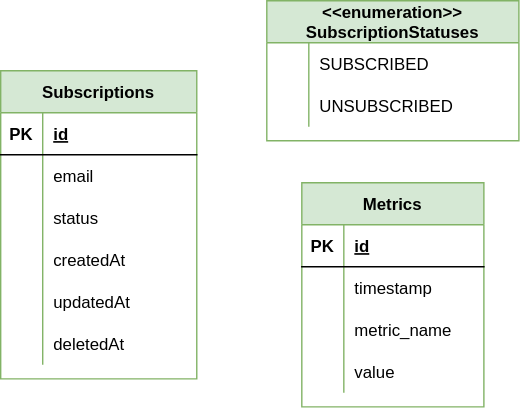
The draw.io diagram images/erd.svg in vladdoroniuk/email-notification-system, before a commit. Source tidied: cells renumbered, new cells last; positions are measured from the earlier drawing's top-left corner, leaving out a move shared by most shapes.
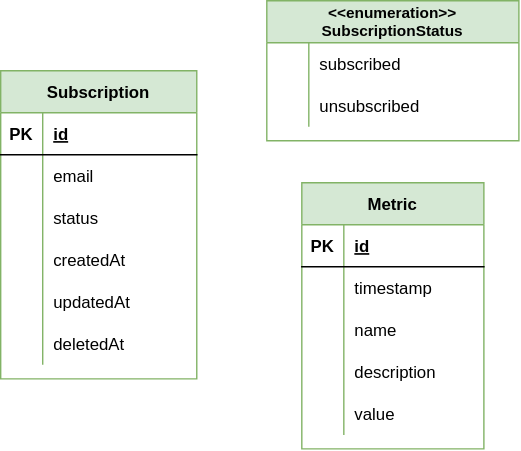
After the change.

What changed in the source:
```diff
@@ -2,7 +2,7 @@
   <root>
     <mxCell id="0" />
     <mxCell id="1" parent="0" />
-    <mxCell id="2" value="Subscriptions" style="shape=table;startSize=30;rowLines=0;fontStyle=1;align=center;fillColor=#d5e8d4;strokeColor=#82b366;" parent="1" vertex="1">
+    <mxCell id="2" value="Subscription" style="shape=table;startSize=30;rowLines=0;fontStyle=1;align=center;fillColor=#d5e8d4;strokeColor=#82b366;" parent="1" vertex="1">
       <mxGeometry y="50" width="140" height="220" as="geometry" />
     </mxCell>
     <mxCell id="3" style="shape=partialRectangle;fillColor=none;top=0;left=0;right=0;bottom=1;" parent="2" vertex="1">
@@ -59,7 +59,7 @@
     <mxCell id="20" value="deletedAt" style="shape=partialRectangle;overflow=hidden;fillColor=none;top=0;left=0;bottom=0;right=0;align=left;spacingLeft=6;" parent="18" vertex="1">
       <mxGeometry x="30" width="110" height="30" as="geometry" />
     </mxCell>
-    <mxCell id="21" value="&lt;&lt;enumeration&gt;&gt;&#10;SubscriptionStatuses" style="shape=table;startSize=30;rowLines=0;fontStyle=1;align=center;fillColor=#d5e8d4;strokeColor=#82b366;" parent="1" vertex="1">
+    <mxCell id="21" value="&lt;&lt;enumeration&gt;&gt;&#10;SubscriptionStatus" style="shape=table;startSize=30;rowLines=0;fontStyle=1;align=center;fillColor=#d5e8d4;strokeColor=#82b366;fontSize=11;" parent="1" vertex="1">
       <mxGeometry x="190" width="180" height="100" as="geometry" />
     </mxCell>
     <mxCell id="22" style="shape=partialRectangle;fillColor=none;top=0;left=0;right=0;bottom=0;" parent="21" vertex="1">
@@ -68,7 +68,7 @@
     <mxCell id="23" style="shape=partialRectangle;overflow=hidden;fillColor=none;top=0;left=0;bottom=0;right=0;" parent="22" vertex="1">
       <mxGeometry width="30" height="30" as="geometry" />
     </mxCell>
-    <mxCell id="24" value="SUBSCRIBED" style="shape=partialRectangle;overflow=hidden;fillColor=none;top=0;left=0;bottom=0;right=0;align=left;spacingLeft=6;" parent="22" vertex="1">
+    <mxCell id="24" value="subscribed" style="shape=partialRectangle;overflow=hidden;fillColor=none;top=0;left=0;bottom=0;right=0;align=left;spacingLeft=6;" parent="22" vertex="1">
       <mxGeometry x="30" width="150" height="30" as="geometry" />
     </mxCell>
     <mxCell id="25" style="shape=partialRectangle;fillColor=none;top=0;left=0;right=0;bottom=0;" parent="21" vertex="1">
@@ -77,11 +77,11 @@
     <mxCell id="26" style="shape=partialRectangle;overflow=hidden;fillColor=none;top=0;left=0;bottom=0;right=0;" parent="25" vertex="1">
       <mxGeometry width="30" height="30" as="geometry" />
     </mxCell>
-    <mxCell id="27" value="UNSUBSCRIBED" style="shape=partialRectangle;overflow=hidden;fillColor=none;top=0;left=0;bottom=0;right=0;align=left;spacingLeft=6;" parent="25" vertex="1">
+    <mxCell id="27" value="unsubscribed" style="shape=partialRectangle;overflow=hidden;fillColor=none;top=0;left=0;bottom=0;right=0;align=left;spacingLeft=6;" parent="25" vertex="1">
       <mxGeometry x="30" width="150" height="30" as="geometry" />
     </mxCell>
-    <mxCell id="28" value="Metrics" style="shape=table;startSize=30;rowLines=0;fontStyle=1;align=center;fillColor=#d5e8d4;strokeColor=#82b366;" parent="1" vertex="1">
-      <mxGeometry x="215" y="130" width="130" height="160" as="geometry" />
+    <mxCell id="28" value="Metric" style="shape=table;startSize=30;rowLines=0;fontStyle=1;align=center;fillColor=#d5e8d4;strokeColor=#82b366;" parent="1" vertex="1">
+      <mxGeometry x="215" y="130" width="130" height="190" as="geometry" />
     </mxCell>
     <mxCell id="29" style="shape=partialRectangle;fillColor=none;top=0;left=0;right=0;bottom=1;" parent="28" vertex="1">
       <mxGeometry y="30" width="130" height="30" as="geometry" />
@@ -107,11 +107,20 @@
     <mxCell id="36" style="shape=partialRectangle;overflow=hidden;fillColor=none;top=0;left=0;bottom=0;right=0;" parent="35" vertex="1">
       <mxGeometry width="30" height="30" as="geometry" />
     </mxCell>
-    <mxCell id="37" value="metric_name" style="shape=partialRectangle;overflow=hidden;fillColor=none;top=0;left=0;bottom=0;right=0;align=left;spacingLeft=6;" parent="35" vertex="1">
+    <mxCell id="37" value="name" style="shape=partialRectangle;overflow=hidden;fillColor=none;top=0;left=0;bottom=0;right=0;align=left;spacingLeft=6;" parent="35" vertex="1">
       <mxGeometry x="30" width="100" height="30" as="geometry" />
     </mxCell>
+    <mxCell id="41" style="shape=partialRectangle;fillColor=none;top=0;left=0;right=0;bottom=0;" parent="28" vertex="1">
+      <mxGeometry y="120" width="130" height="30" as="geometry" />
+    </mxCell>
+    <mxCell id="42" style="shape=partialRectangle;overflow=hidden;fillColor=none;top=0;left=0;bottom=0;right=0;" parent="41" vertex="1">
+      <mxGeometry width="30" height="30" as="geometry" />
+    </mxCell>
+    <mxCell id="43" value="description" style="shape=partialRectangle;overflow=hidden;fillColor=none;top=0;left=0;bottom=0;right=0;align=left;spacingLeft=6;" parent="41" vertex="1">
+      <mxGeometry x="30" width="100" height="30" as="geometry" />
+    </mxCell>
     <mxCell id="38" style="shape=partialRectangle;fillColor=none;top=0;left=0;right=0;bottom=0;" parent="28" vertex="1">
-      <mxGeometry y="120" width="130" height="30" as="geometry" />
+      <mxGeometry y="150" width="130" height="30" as="geometry" />
     </mxCell>
     <mxCell id="39" style="shape=partialRectangle;overflow=hidden;fillColor=none;top=0;left=0;bottom=0;right=0;" parent="38" vertex="1">
       <mxGeometry width="30" height="30" as="geometry" />
```
